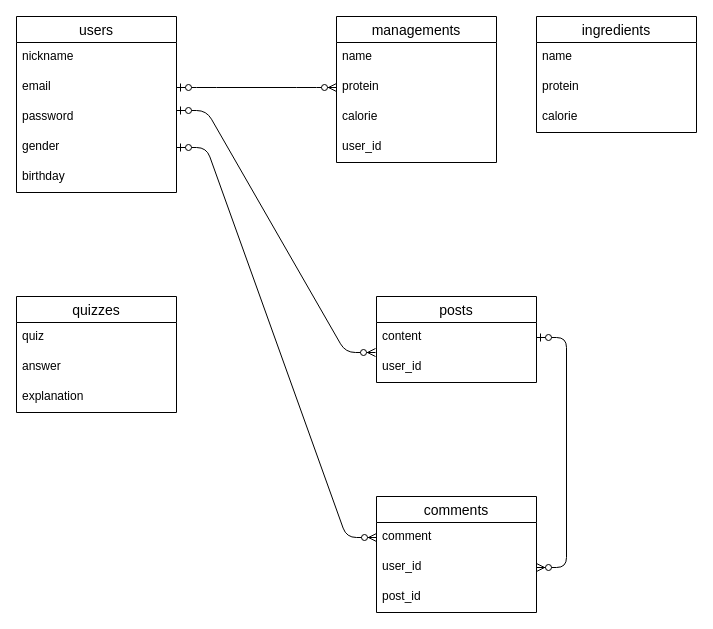
kineeeecchi/original-37109 keeps this draw.io diagram as ER.dio. Above is the earlier version. Source tidied: cells renumbered, new cells numbered last; positions are measured from the earlier drawing's top-left corner, leaving out a move shared by most shapes. Both pictures are drawn from the tidied source at 100%, with x=0, y=0 at pixel (16, 16).
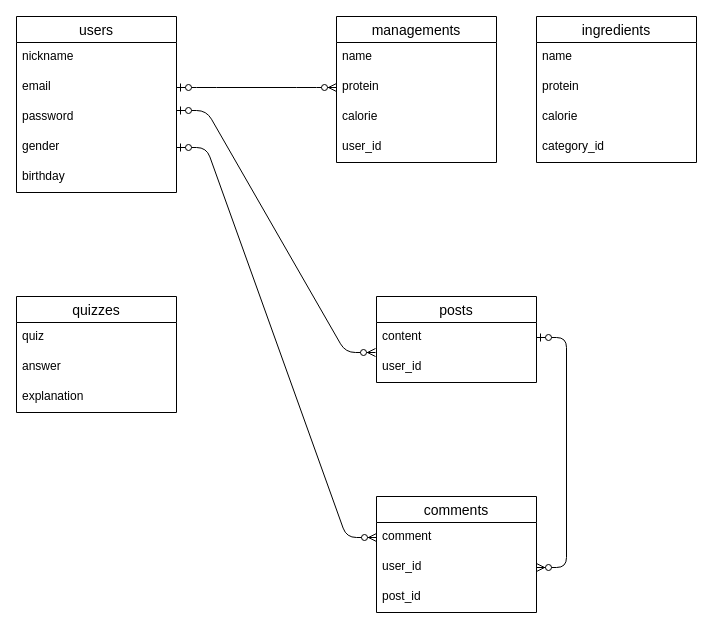
After the change.

Commit message (it also covers changes not shown here):
ER図、READMEの修正

Diff of the diagram source:
```diff
@@
     <mxCell id="28" value="ingredients" style="swimlane;fontStyle=0;horizontal=1;startSize=26;align=center;fontSize=14;" parent="1" vertex="1">
-      <mxGeometry x="520" width="160" height="116" as="geometry" />
+      <mxGeometry x="520" width="160" height="146" as="geometry" />
     </mxCell>
@@
+    <mxCell id="32" value="category_id" style="text;strokeColor=none;fillColor=none;spacingLeft=4;spacingRight=4;overflow=hidden;fontSize=12;" parent="28" vertex="1">
+      <mxGeometry y="116" width="160" height="30" as="geometry" />
+    </mxCell>
```
